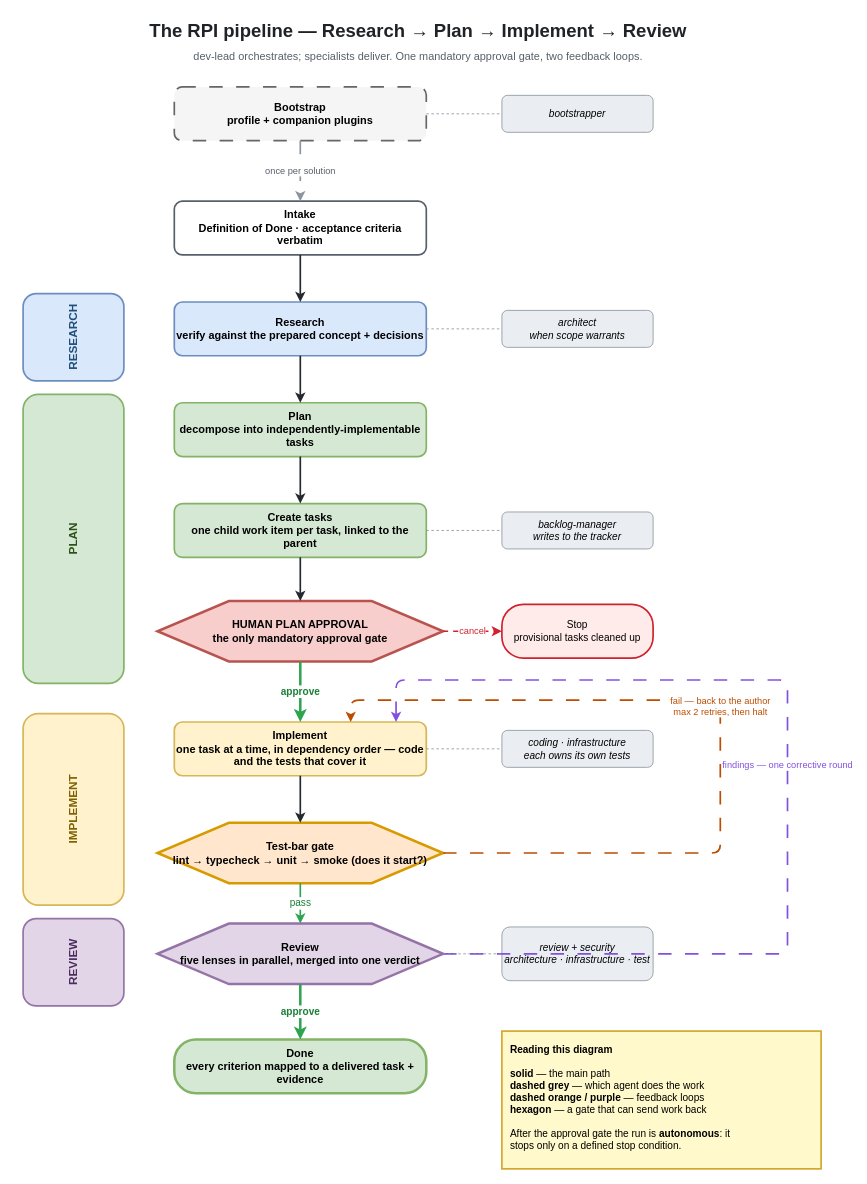
The draw.io diagram docs/assets/rpi-pipeline.drawio in hoffe86/agile-agents, before the edit. Source tidied: cells renumbered, new cells numbered last; positions are measured from the earlier drawing's top-left corner, leaving out a move shared by most shapes. Both pictures are drawn from the tidied source at 84%, with x=0, y=0 at pixel (14, 14).
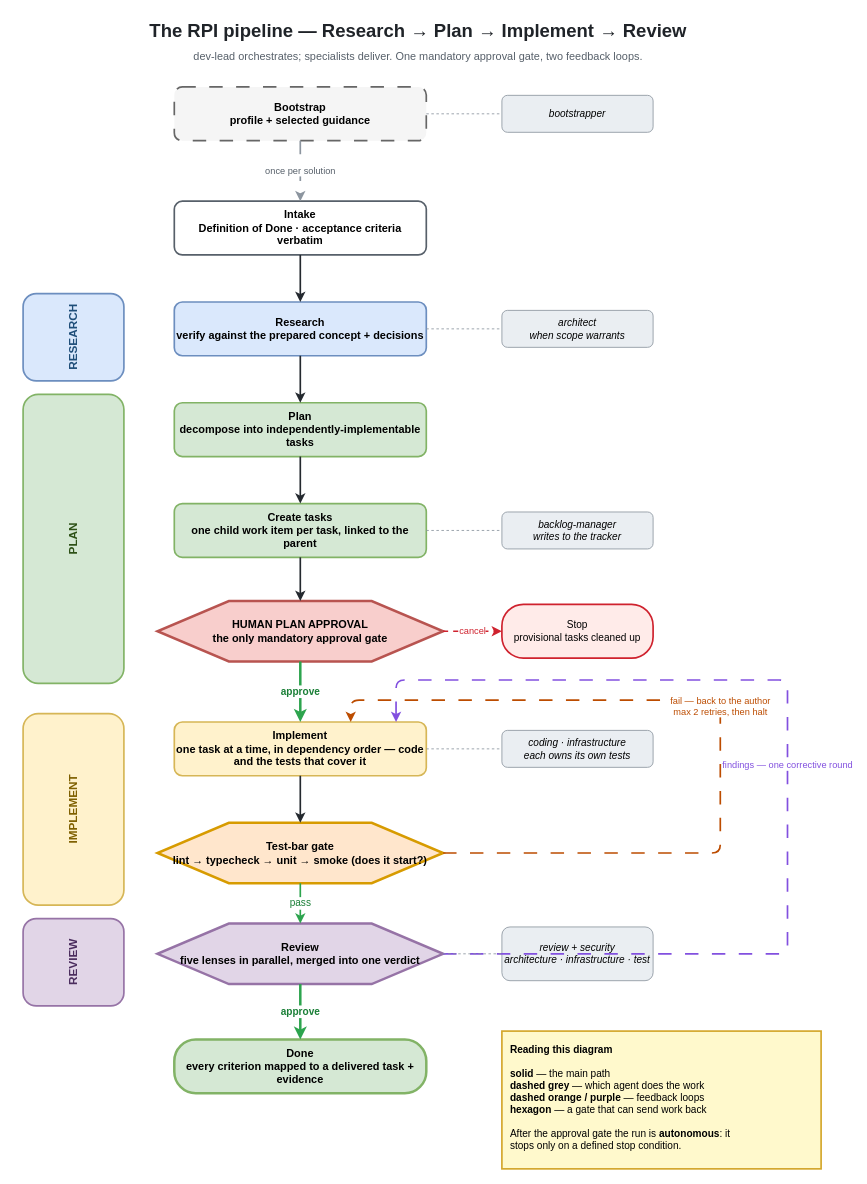
After the change.

The edit, as a diff of the source:
```diff
@@
-    <mxCell id="8" value="Bootstrap&#10;profile + companion plugins" style="rounded=1;whiteSpace=wrap;html=1;fillColor=#f5f5f5;strokeColor=#666666;strokeWidth=2;dashed=1;dashPattern=8 8;fontSize=13;fontStyle=1;" parent="1" vertex="1">
+    <mxCell id="8" value="Bootstrap&#10;profile + selected guidance" style="rounded=1;whiteSpace=wrap;html=1;fillColor=#f5f5f5;strokeColor=#666666;strokeWidth=2;dashed=1;dashPattern=8 8;fontSize=13;fontStyle=1;" parent="1" vertex="1">
       <mxGeometry x="190" y="86" width="300" height="64" as="geometry" />
     </mxCell>
```
